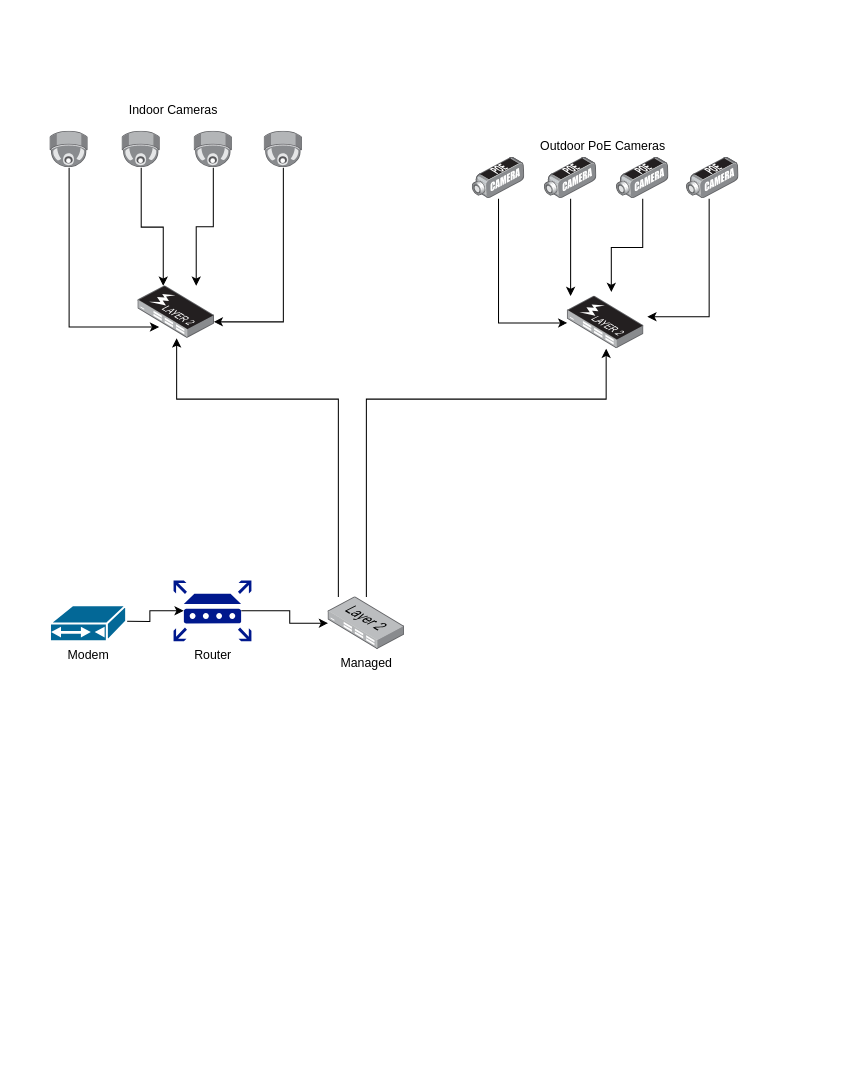
Above: page "Stage 1" (1 of 2) of docs/LAN Diagram.drawio in nicpayne713/home-server (draw.io), before the change. Source tidied: cells renumbered, new cells numbered last; positions are measured from the earlier drawing's top-left corner, leaving out a move shared by most shapes. Both pictures are drawn from the tidied source at 103%, with x=0, y=0 at pixel (49, 100). Pictures stored in the file or linked from it are replaced by grey dashed boxes.
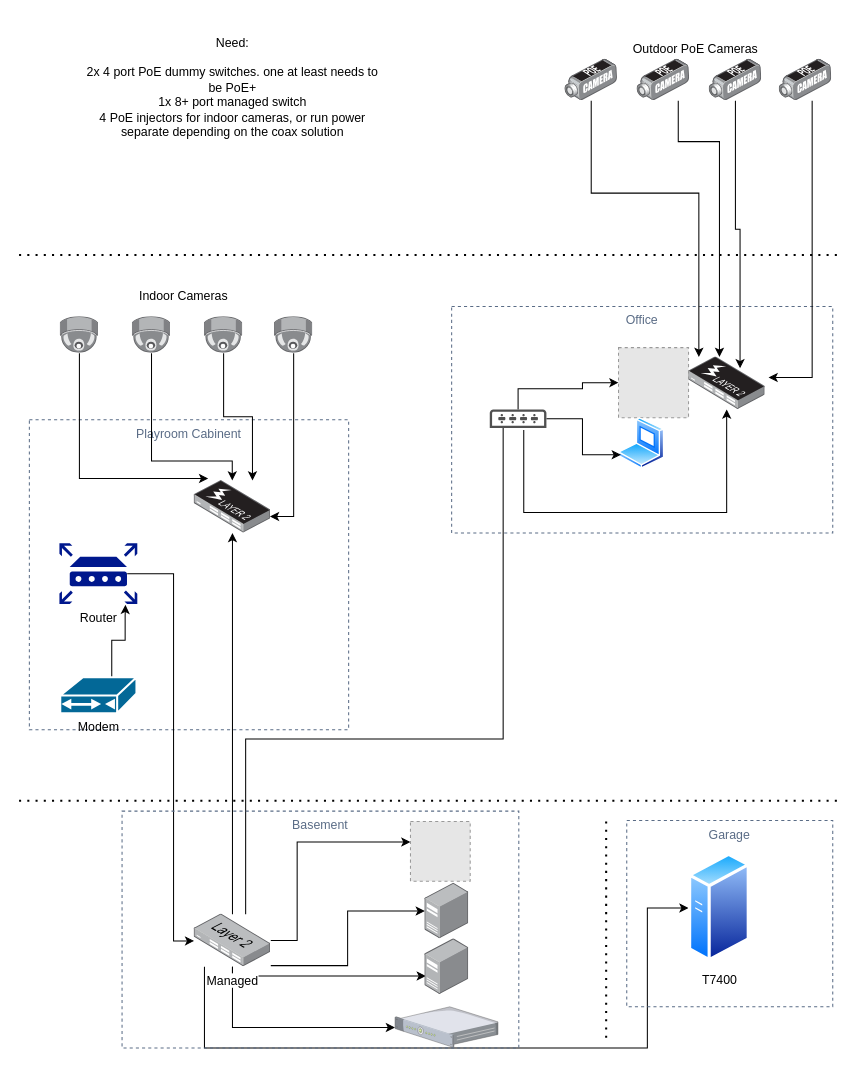
The same diagram, later.

Unchanged cells that the change refers to:
```xml
<mxCell id="3" style="points=[];html=1;align=center;shadow=0;dashed=0;image;image=img/lib/allied_telesis/security/POE_DVS_Camera.svg;" parent="2" vertex="1">
  <mxGeometry x="208" y="20" width="51" height="40.2" as="geometry" />
</mxCell>
<mxCell id="4" style="points=[];html=1;align=center;shadow=0;dashed=0;image;image=img/lib/allied_telesis/security/POE_DVS_Camera.svg;" parent="2" vertex="1">
  <mxGeometry x="140" y="20" width="51" height="40.2" as="geometry" />
</mxCell>
<mxCell id="5" style="points=[];html=1;align=center;shadow=0;dashed=0;image;image=img/lib/allied_telesis/security/POE_DVS_Camera.svg;" parent="2" vertex="1">
  <mxGeometry x="70" y="20" width="51" height="40.2" as="geometry" />
</mxCell>
<mxCell id="6" style="points=[];html=1;align=center;shadow=0;dashed=0;image;image=img/lib/allied_telesis/security/POE_DVS_Camera.svg;" parent="2" vertex="1">
  <mxGeometry y="20" width="51" height="40.2" as="geometry" />
</mxCell>
<mxCell id="9" style="points=[];html=1;align=center;shadow=0;dashed=0;image;image=img/lib/allied_telesis/security/Surveillance_Camera_Ceiling.svg;" parent="8" vertex="1">
  <mxGeometry y="30" width="37.2" height="35.4" as="geometry" />
</mxCell>
<mxCell id="10" style="points=[];html=1;align=center;shadow=0;dashed=0;image;image=img/lib/allied_telesis/security/Surveillance_Camera_Ceiling.svg;" parent="8" vertex="1">
  <mxGeometry x="70" y="30" width="37.2" height="35.4" as="geometry" />
</mxCell>
<mxCell id="12" style="points=[];html=1;align=center;shadow=0;dashed=0;image;image=img/lib/allied_telesis/security/Surveillance_Camera_Ceiling.svg;" parent="8" vertex="1">
  <mxGeometry x="208" y="30" width="37.2" height="35.4" as="geometry" />
</mxCell>
```

Diff of the diagram source:
```diff
@@
+    <mxCell id="31" value="Office" style="fillColor=none;strokeColor=#5A6C86;dashed=1;verticalAlign=top;fontStyle=0;fontColor=#5A6C86;" parent="1" vertex="1">
+      <mxGeometry x="390" y="200" width="370" height="220" as="geometry" />
+    </mxCell>
+    <mxCell id="32" value="Playroom Cabinent" style="fillColor=none;strokeColor=#5A6C86;dashed=1;verticalAlign=top;fontStyle=0;fontColor=#5A6C86;" parent="1" vertex="1">
+      <mxGeometry x="-20" y="310" width="310" height="300.9" as="geometry" />
+    </mxCell>
     <mxCell id="2" style="group;" parent="1" vertex="1">
-      <mxGeometry x="410" y="35.2" width="259" height="60.2" as="geometry" />
+      <mxGeometry x="500" y="-60" width="259" height="60.2" as="geometry" />
     </mxCell>
@@
     <mxCell id="8" style="group;" parent="1" vertex="1">
-      <mxGeometry width="245.2" height="65.4" as="geometry" />
+      <mxGeometry x="10" y="180" width="245.2" height="65.4" as="geometry" />
     </mxCell>
@@
     <mxCell id="14" style="points=[];html=1;align=center;shadow=0;dashed=0;image;image=img/lib/allied_telesis/switch/Switch_24_port_L2_POE.svg;" parent="1" vertex="1">
-      <mxGeometry x="502.3" y="190" width="74.4" height="51" as="geometry" />
+      <mxGeometry x="620" y="249" width="74.4" height="51" as="geometry" />
     </mxCell>
     <mxCell id="15" style="edgeStyle=orthogonalEdgeStyle;rounded=0;jettySize=auto;html=1;" parent="1" edge="1" source="17" target="18">
       <mxGeometry relative="1" as="geometry">
         <Array as="points">
-          <mxPoint x="280" y="290" />
-          <mxPoint x="123" y="290" />
+          <mxPoint x="177" y="720" />
+          <mxPoint x="177" y="720" />
         </Array>
       </mxGeometry>
     </mxCell>
-    <mxCell id="16" style="edgeStyle=orthogonalEdgeStyle;rounded=0;jettySize=auto;html=1;" parent="1" edge="1" source="17" target="14">
+    <mxCell id="16" style="edgeStyle=orthogonalEdgeStyle;rounded=0;jettySize=auto;html=1;" parent="1" edge="1" target="14">
       <mxGeometry relative="1" as="geometry">
+        <mxPoint x="460" y="320" as="sourcePoint" />
         <Array as="points">
-          <mxPoint x="307" y="290" />
-          <mxPoint x="540" y="290" />
+          <mxPoint x="460" y="400" />
+          <mxPoint x="657" y="400" />
         </Array>
       </mxGeometry>
     </mxCell>
+    <mxCell id="33" style="edgeStyle=orthogonalEdgeStyle;rounded=0;jettySize=auto;html=1;" parent="1" edge="1" source="17">
+      <mxGeometry relative="1" as="geometry">
+        <mxPoint x="350" y="720" as="targetPoint" />
+        <Array as="points">
+          <mxPoint x="240" y="816" />
+          <mxPoint x="240" y="720" />
+        </Array>
+      </mxGeometry>
+    </mxCell>
+    <mxCell id="34" style="edgeStyle=orthogonalEdgeStyle;rounded=0;jettySize=auto;html=1;" parent="1" edge="1" source="17" target="41">
+      <mxGeometry relative="1" as="geometry">
+        <Array as="points">
+          <mxPoint x="289" y="840" />
+          <mxPoint x="289" y="787" />
+        </Array>
+      </mxGeometry>
+    </mxCell>
+    <mxCell id="35" style="edgeStyle=orthogonalEdgeStyle;rounded=0;jettySize=auto;html=1;entryX=0.023;entryY=0.667;entryDx=0;entryDy=0;entryPerimeter=0;" parent="1" edge="1" source="17" target="42">
+      <mxGeometry relative="1" as="geometry">
+        <Array as="points">
+          <mxPoint x="177" y="850" />
+        </Array>
+      </mxGeometry>
+    </mxCell>
+    <mxCell id="36" style="edgeStyle=orthogonalEdgeStyle;rounded=0;jettySize=auto;html=1;" parent="1" edge="1" source="17" target="43">
+      <mxGeometry relative="1" as="geometry">
+        <Array as="points">
+          <mxPoint x="177" y="900" />
+        </Array>
+      </mxGeometry>
+    </mxCell>
+    <mxCell id="37" style="edgeStyle=orthogonalEdgeStyle;rounded=0;jettySize=auto;html=1;" parent="1" edge="1" source="17" target="49">
+      <mxGeometry relative="1" as="geometry">
+        <Array as="points">
+          <mxPoint x="150" y="920" />
+          <mxPoint x="580" y="920" />
+          <mxPoint x="580" y="784" />
+        </Array>
+      </mxGeometry>
+    </mxCell>
     <mxCell id="17" value="&lt;div&gt;Managed&lt;br&gt;&lt;/div&gt;" style="points=[];html=1;align=center;shadow=0;dashed=0;image;image=img/lib/allied_telesis/switch/Switch_24_port_L2.svg;" parent="1" vertex="1">
-      <mxGeometry x="270" y="482" width="74.4" height="51" as="geometry" />
+      <mxGeometry x="140" y="790" width="74.4" height="51" as="geometry" />
     </mxCell>
     <mxCell id="18" style="points=[];html=1;align=center;shadow=0;dashed=0;image;image=img/lib/allied_telesis/switch/Switch_24_port_L2_POE.svg;" parent="1" vertex="1">
-      <mxGeometry x="85.4" y="180" width="74.4" height="51" as="geometry" />
+      <mxGeometry x="140" y="369" width="74.4" height="51" as="geometry" />
     </mxCell>
-    <mxCell id="19" style="edgeStyle=orthogonalEdgeStyle;rounded=0;jettySize=auto;html=1;" parent="1" edge="1" source="9">
+    <mxCell id="19" style="edgeStyle=orthogonalEdgeStyle;rounded=0;jettySize=auto;html=1;entryX=0.183;entryY=-0.039;entryDx=0;entryDy=0;entryPerimeter=0;" parent="1" edge="1" source="9" target="18">
       <mxGeometry relative="1" as="geometry">
-        <mxPoint x="106" y="220" as="targetPoint" />
         <Array as="points">
-          <mxPoint x="19" y="220" />
-          <mxPoint x="106" y="220" />
+          <mxPoint x="29" y="367" />
         </Array>
       </mxGeometry>
     </mxCell>
-    <mxCell id="20" style="edgeStyle=orthogonalEdgeStyle;rounded=0;jettySize=auto;html=1;" parent="1" edge="1" source="10">
+    <mxCell id="20" style="edgeStyle=orthogonalEdgeStyle;rounded=0;jettySize=auto;html=1;" parent="1" edge="1" source="10" target="18">
       <mxGeometry relative="1" as="geometry">
-        <mxPoint x="110" y="180" as="targetPoint" />
         <Array as="points">
-          <mxPoint x="89" y="123" />
-          <mxPoint x="110" y="123" />
+          <mxPoint x="99" y="350" />
+          <mxPoint x="177" y="350" />
         </Array>
       </mxGeometry>
     </mxCell>
@@
     <mxCell id="22" style="edgeStyle=orthogonalEdgeStyle;rounded=0;jettySize=auto;html=1;entryX=0.989;entryY=0.686;entryDx=0;entryDy=0;entryPerimeter=0;" parent="1" edge="1" source="12" target="18">
       <mxGeometry relative="1" as="geometry">
         <Array as="points">
-          <mxPoint x="227" y="215" />
+          <mxPoint x="237" y="404" />
         </Array>
       </mxGeometry>
     </mxCell>
     <mxCell id="23" style="edgeStyle=orthogonalEdgeStyle;rounded=0;jettySize=auto;html=1;" parent="1" edge="1" source="6" target="14">
       <mxGeometry relative="1" as="geometry">
         <Array as="points">
-          <mxPoint x="436" y="216" />
+          <mxPoint x="526" y="90" />
+          <mxPoint x="630" y="90" />
         </Array>
       </mxGeometry>
     </mxCell>
     <mxCell id="24" style="edgeStyle=orthogonalEdgeStyle;rounded=0;jettySize=auto;html=1;" parent="1" edge="1" source="5" target="14">
       <mxGeometry relative="1" as="geometry">
         <Array as="points">
-          <mxPoint x="506" y="180" />
-          <mxPoint x="506" y="180" />
+          <mxPoint x="610" y="40" />
+          <mxPoint x="650" y="40" />
         </Array>
       </mxGeometry>
     </mxCell>
-    <mxCell id="25" style="edgeStyle=orthogonalEdgeStyle;rounded=0;jettySize=auto;html=1;entryX=0.574;entryY=-0.078;entryDx=0;entryDy=0;entryPerimeter=0;" parent="1" edge="1" source="4" target="14">
-      <mxGeometry relative="1" as="geometry" />
+    <mxCell id="25" style="edgeStyle=orthogonalEdgeStyle;rounded=0;jettySize=auto;html=1;" parent="1" edge="1" source="4">
+      <mxGeometry relative="1" as="geometry">
+        <mxPoint x="670" y="260" as="targetPoint" />
+        <Array as="points">
+          <mxPoint x="666" y="125" />
+          <mxPoint x="670" y="125" />
+          <mxPoint x="670" y="245" />
+        </Array>
+      </mxGeometry>
     </mxCell>
     <mxCell id="26" style="edgeStyle=orthogonalEdgeStyle;rounded=0;jettySize=auto;html=1;entryX=1.044;entryY=0.392;entryDx=0;entryDy=0;entryPerimeter=0;" parent="1" edge="1" source="3" target="14">
       <mxGeometry relative="1" as="geometry">
         <Array as="points">
-          <mxPoint x="640" y="210" />
+          <mxPoint x="740" y="269" />
         </Array>
       </mxGeometry>
     </mxCell>
-    <mxCell id="27" style="edgeStyle=orthogonalEdgeStyle;rounded=0;jettySize=auto;html=1;exitX=1;exitY=0.45;exitDx=0;exitDy=0;exitPerimeter=0;entryX=0.13;entryY=0.5;entryDx=0;entryDy=0;entryPerimeter=0;" parent="1" edge="1" source="28" target="30">
-      <mxGeometry relative="1" as="geometry" />
+    <mxCell id="27" style="edgeStyle=orthogonalEdgeStyle;rounded=0;jettySize=auto;html=1;exitX=1;exitY=0.45;exitDx=0;exitDy=0;exitPerimeter=0;entryX=0.848;entryY=1.011;entryDx=0;entryDy=0;entryPerimeter=0;" parent="1" edge="1" source="28" target="30">
+      <mxGeometry relative="1" as="geometry">
+        <Array as="points">
+          <mxPoint x="60" y="576" />
+          <mxPoint x="60" y="524" />
+          <mxPoint x="73" y="524" />
+          <mxPoint x="73" y="500" />
+        </Array>
+      </mxGeometry>
     </mxCell>
     <mxCell id="28" value="Modem" style="shape=mxgraph.cisco.modems_and_phones.cable_modem;html=1;dashed=0;fillColor=#036897;strokeColor=#ffffff;strokeWidth=2;verticalLabelPosition=bottom;verticalAlign=top;align=center;outlineConnect=0;" parent="1" vertex="1">
-      <mxGeometry y="490" width="74" height="35" as="geometry" />
+      <mxGeometry x="10" y="560" width="74" height="35" as="geometry" />
     </mxCell>
     <mxCell id="29" style="edgeStyle=orthogonalEdgeStyle;rounded=0;jettySize=auto;html=1;exitX=0.87;exitY=0.5;exitDx=0;exitDy=0;exitPerimeter=0;" parent="1" edge="1" source="30" target="17">
-      <mxGeometry relative="1" as="geometry" />
+      <mxGeometry relative="1" as="geometry">
+        <Array as="points">
+          <mxPoint x="120" y="460" />
+          <mxPoint x="120" y="816" />
+        </Array>
+      </mxGeometry>
     </mxCell>
     <mxCell id="30" value="Router" style="shadow=0;dashed=0;html=1;strokeColor=none;labelPosition=center;verticalLabelPosition=bottom;verticalAlign=top;align=center;fillColor=#00188D;shape=mxgraph.mscae.enterprise.router;" parent="1" vertex="1">
-      <mxGeometry x="120" y="466" width="75.6" height="59" as="geometry" />
+      <mxGeometry x="9.2" y="430" width="75.6" height="59" as="geometry" />
     </mxCell>
+    <mxCell id="38" style="fillColor=#E6E6E6;strokeColor=#999999;dashed=1;html=1;verticalAlign=top;verticalLabelPosition=bottom;labelBackgroundColor=#ffffff;" parent="1" vertex="1">
+      <mxGeometry x="350" y="700" width="58" height="58" as="geometry" />
+    </mxCell>
+    <mxCell id="39" style="endArrow=none;dashed=1;html=1;dashPattern=1 3;strokeWidth=2;" parent="1" edge="1">
+      <mxGeometry relative="1" as="geometry">
+        <mxPoint x="-30" y="150" as="sourcePoint" />
+        <mxPoint x="770" y="150" as="targetPoint" />
+      </mxGeometry>
+    </mxCell>
+    <mxCell id="40" style="endArrow=none;dashed=1;html=1;dashPattern=1 3;strokeWidth=2;" parent="1" edge="1">
+      <mxGeometry relative="1" as="geometry">
+        <mxPoint x="-30" y="680" as="sourcePoint" />
+        <mxPoint x="770" y="680" as="targetPoint" />
+      </mxGeometry>
+    </mxCell>
+    <mxCell id="41" style="points=[];html=1;align=center;shadow=0;dashed=0;image;image=img/lib/allied_telesis/computer_and_terminals/Server_Desktop.svg;" parent="1" vertex="1">
+      <mxGeometry x="364" y="760" width="42.6" height="54" as="geometry" />
+    </mxCell>
+    <mxCell id="42" style="points=[];html=1;align=center;shadow=0;dashed=0;image;image=img/lib/allied_telesis/computer_and_terminals/Server_Desktop.svg;" parent="1" vertex="1">
+      <mxGeometry x="364" y="814" width="42.6" height="54" as="geometry" />
+    </mxCell>
+    <mxCell id="43" style="verticalLabelPosition=bottom;html=1;verticalAlign=top;strokeColor=none;align=center;outlineConnect=0;shape=mxgraph.citrix.1u_2u_server;" parent="1" vertex="1">
+      <mxGeometry x="335" y="880" width="100" height="39.1" as="geometry" />
+    </mxCell>
+    <mxCell id="44" style="fillColor=#E6E6E6;strokeColor=#999999;dashed=1;html=1;verticalAlign=top;verticalLabelPosition=bottom;labelBackgroundColor=#ffffff;" parent="1" vertex="1">
+      <mxGeometry x="552" y="240" width="68" height="68" as="geometry" />
+    </mxCell>
+    <mxCell id="45" style="perimeter=ellipsePerimeter;html=1;align=center;shadow=0;dashed=0;spacingTop=3;image;image=img/lib/active_directory/laptop_client.svg;" parent="1" vertex="1">
+      <mxGeometry x="552" y="308" width="45" height="50" as="geometry" />
+    </mxCell>
+    <mxCell id="46" style="edgeStyle=orthogonalEdgeStyle;rounded=0;jettySize=auto;html=1;" parent="1" edge="1" source="48" target="44">
+      <mxGeometry relative="1" as="geometry">
+        <Array as="points">
+          <mxPoint x="455" y="280" />
+          <mxPoint x="517" y="280" />
+          <mxPoint x="517" y="274" />
+        </Array>
+      </mxGeometry>
+    </mxCell>
+    <mxCell id="47" style="edgeStyle=orthogonalEdgeStyle;rounded=0;jettySize=auto;html=1;entryX=0;entryY=0.75;entryDx=0;entryDy=0;" parent="1" edge="1" source="48" target="45">
+      <mxGeometry relative="1" as="geometry" />
+    </mxCell>
+    <mxCell id="48" style="shadow=0;dashed=0;html=1;strokeColor=none;fillColor=#505050;labelPosition=center;verticalLabelPosition=bottom;verticalAlign=top;outlineConnect=0;align=center;shape=mxgraph.office.devices.switch;" parent="1" vertex="1">
+      <mxGeometry x="427" y="300" width="55" height="18" as="geometry" />
+    </mxCell>
+    <mxCell id="49" value="T7400" style="perimeter=ellipsePerimeter;html=1;align=center;shadow=0;dashed=0;spacingTop=3;image;image=img/lib/active_directory/generic_server.svg;" parent="1" vertex="1">
+      <mxGeometry x="620" y="730" width="60" height="107.1" as="geometry" />
+    </mxCell>
+    <mxCell id="50" style="endArrow=none;dashed=1;html=1;dashPattern=1 3;strokeWidth=2;" parent="1" edge="1">
+      <mxGeometry relative="1" as="geometry">
+        <mxPoint x="540" y="700" as="sourcePoint" />
+        <mxPoint x="540" y="910" as="targetPoint" />
+      </mxGeometry>
+    </mxCell>
+    <mxCell id="51" value="Garage" style="fillColor=none;strokeColor=#5A6C86;dashed=1;verticalAlign=top;fontStyle=0;fontColor=#5A6C86;" parent="1" vertex="1">
+      <mxGeometry x="560" y="699.1" width="200" height="180.9" as="geometry" />
+    </mxCell>
+    <mxCell id="52" style="edgeStyle=orthogonalEdgeStyle;rounded=0;jettySize=auto;html=1;endArrow=none;" parent="1" edge="1" source="17" target="48">
+      <mxGeometry relative="1" as="geometry">
+        <Array as="points">
+          <mxPoint x="190" y="620" />
+          <mxPoint x="440" y="620" />
+        </Array>
+      </mxGeometry>
+    </mxCell>
+    <mxCell id="53" value="Basement" style="fillColor=none;strokeColor=#5A6C86;dashed=1;verticalAlign=top;fontStyle=0;fontColor=#5A6C86;" parent="1" vertex="1">
+      <mxGeometry x="70" y="690" width="385.2" height="230" as="geometry" />
+    </mxCell>
+    <mxCell id="54" value="Need:&lt;br&gt;&lt;br&gt;2x 4 port PoE dummy switches. one at least needs to be PoE+&lt;br&gt;1x 8+ port managed switch&lt;br&gt;4 PoE injectors for indoor cameras, or run power separate depending on the coax solution&lt;div&gt;&lt;br&gt;&lt;/div&gt;&lt;div&gt;&lt;br&gt;&lt;br&gt;&lt;/div&gt;" style="text;html=1;strokeColor=none;fillColor=none;align=center;verticalAlign=middle;whiteSpace=wrap;rounded=0;" parent="1" vertex="1">
+      <mxGeometry x="29.7" y="-80" width="295" height="178" as="geometry" />
+    </mxCell>
```
